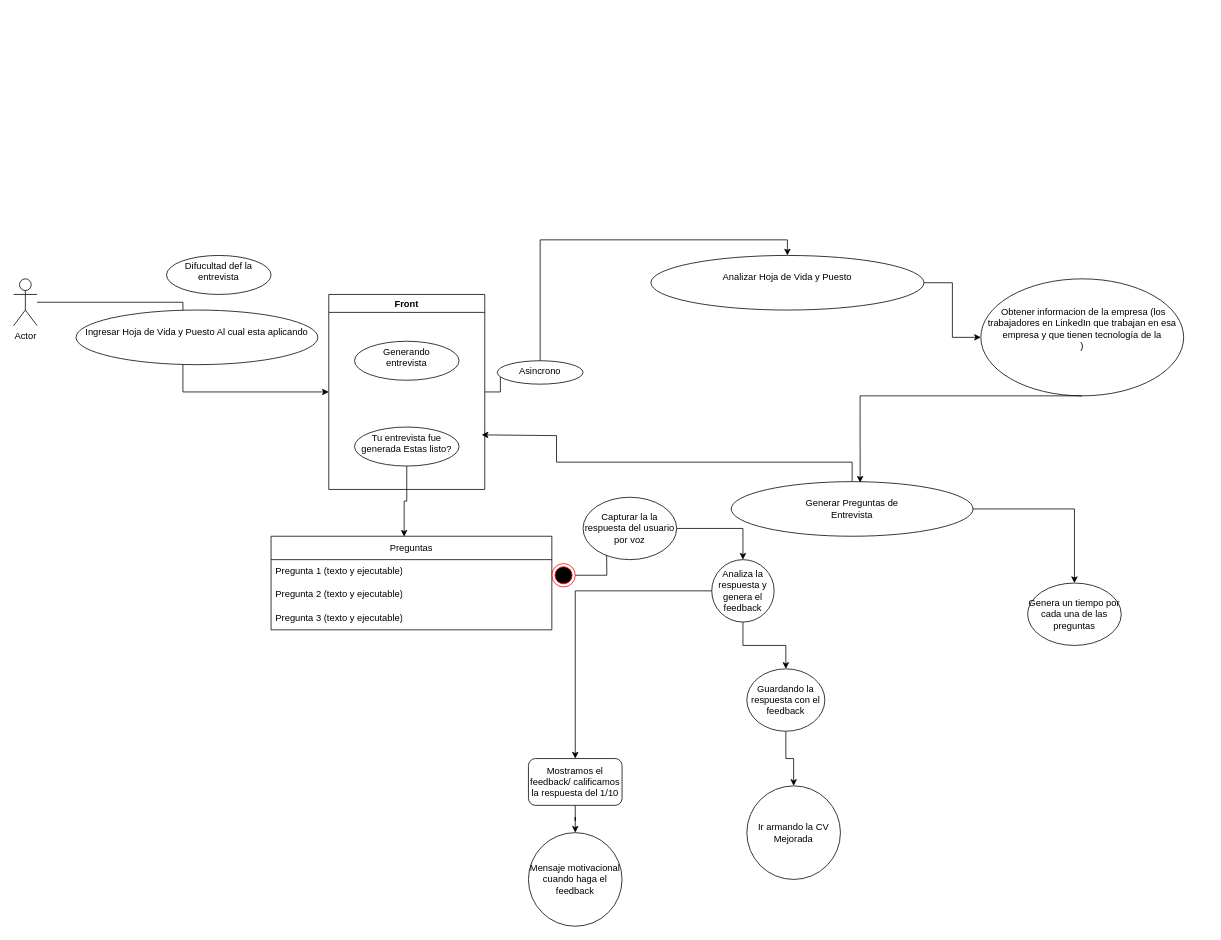
Above: page "Driagrama de flujo" (1 of 2) of SistemaEntrevistasInteligentes.drawio in EntrevistadorInteligente/si-architecture-diagrams (draw.io), before the change. Source tidied: cells renumbered, new cells numbered last; positions are measured from the earlier drawing's top-left corner, leaving out a move shared by most shapes. Both pictures are drawn from the tidied source at 78%, with x=0, y=0 at pixel (13, 239).
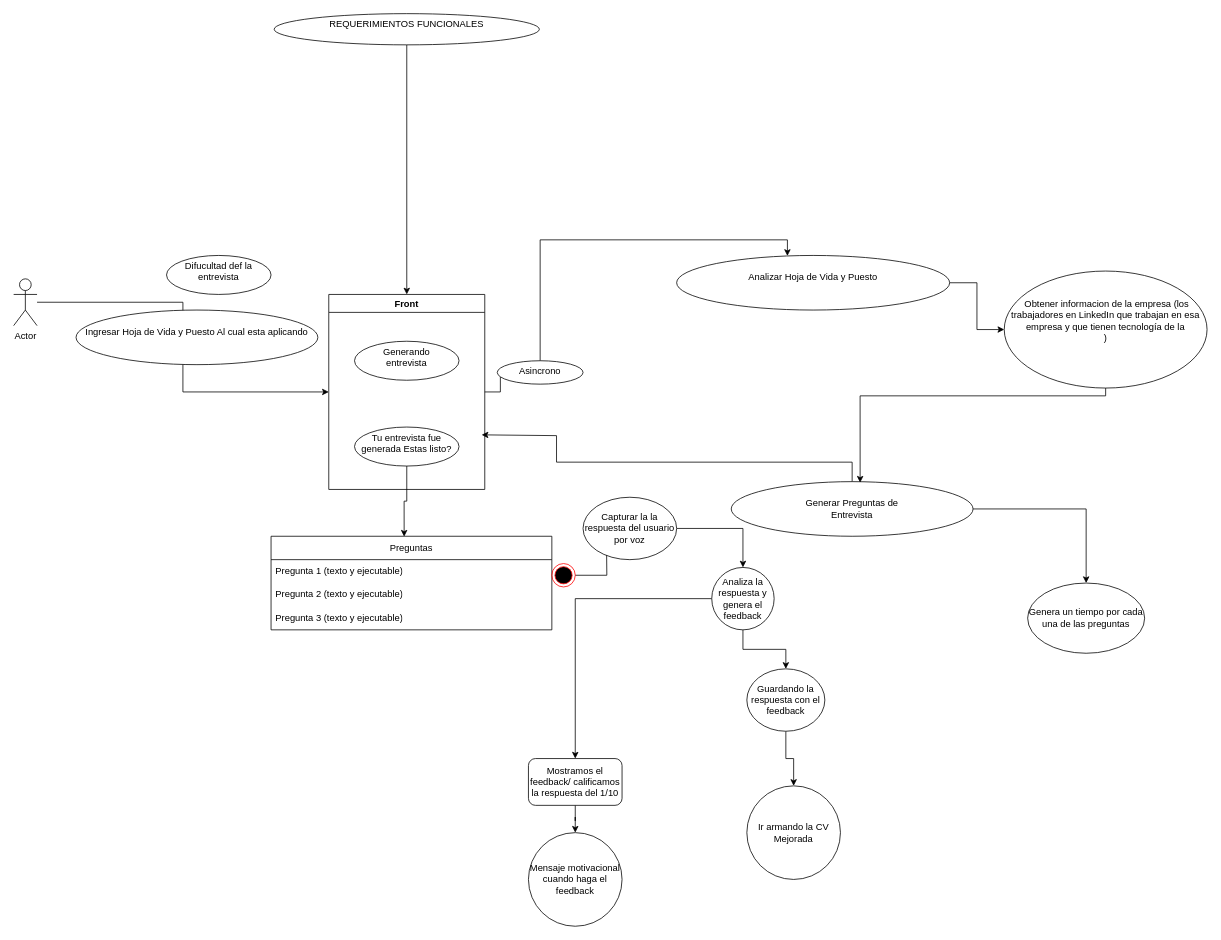
Above is the later version.

Unchanged cells that the change refers to:
```xml
<mxCell id="8" value="Front" style="swimlane;whiteSpace=wrap;html=1;" parent="1" vertex="1">
  <mxGeometry x="404" y="70" width="200" height="250" as="geometry" />
</mxCell>
```

Change to the diagram source:
```diff
@@
     <mxCell id="12" value="&lt;br&gt;Analizar Hoja de Vida y Puesto" style="ellipse;whiteSpace=wrap;html=1;verticalAlign=top;" parent="1" vertex="1">
-      <mxGeometry x="817" y="20" width="350" height="70" as="geometry" />
+      <mxGeometry x="850" y="20" width="350" height="70" as="geometry" />
     </mxCell>
@@
     <mxCell id="26" value="Analiza la respuesta y genera el feedback" style="ellipse;whiteSpace=wrap;html=1;" parent="1" vertex="1">
-      <mxGeometry x="895" y="410" width="80" height="80" as="geometry" />
+      <mxGeometry x="895" y="420" width="80" height="80" as="geometry" />
     </mxCell>
@@
     <mxCell id="33" value="Genera un tiempo por cada una de las preguntas" style="ellipse;whiteSpace=wrap;html=1;" parent="1" vertex="1">
-      <mxGeometry x="1300" y="440" width="120" height="80" as="geometry" />
+      <mxGeometry x="1300" y="440" width="150" height="90" as="geometry" />
     </mxCell>
     <mxCell id="34" value="&lt;br&gt;&lt;br&gt;&amp;nbsp;Obtener informacion de la empresa (los trabajadores en LinkedIn que trabajan en esa empresa y que tienen tecnología de la&lt;br&gt;)" style="ellipse;whiteSpace=wrap;html=1;verticalAlign=top;" parent="1" vertex="1">
-      <mxGeometry x="1240" y="50" width="260" height="150" as="geometry" />
+      <mxGeometry x="1270" y="40" width="260" height="150" as="geometry" />
     </mxCell>
@@
+    <mxCell id="38" style="edgeStyle=orthogonalEdgeStyle;rounded=0;jettySize=auto;html=1;entryX=0.5;entryY=0;entryDx=0;entryDy=0;" parent="1" edge="1" source="39" target="8">
+      <mxGeometry relative="1" as="geometry" />
+    </mxCell>
+    <mxCell id="39" value="REQUERIMIENTOS FUNCIONALES" style="ellipse;whiteSpace=wrap;html=1;verticalAlign=top;" parent="1" vertex="1">
+      <mxGeometry x="334" y="-290" width="340" height="40" as="geometry" />
+    </mxCell>
```
